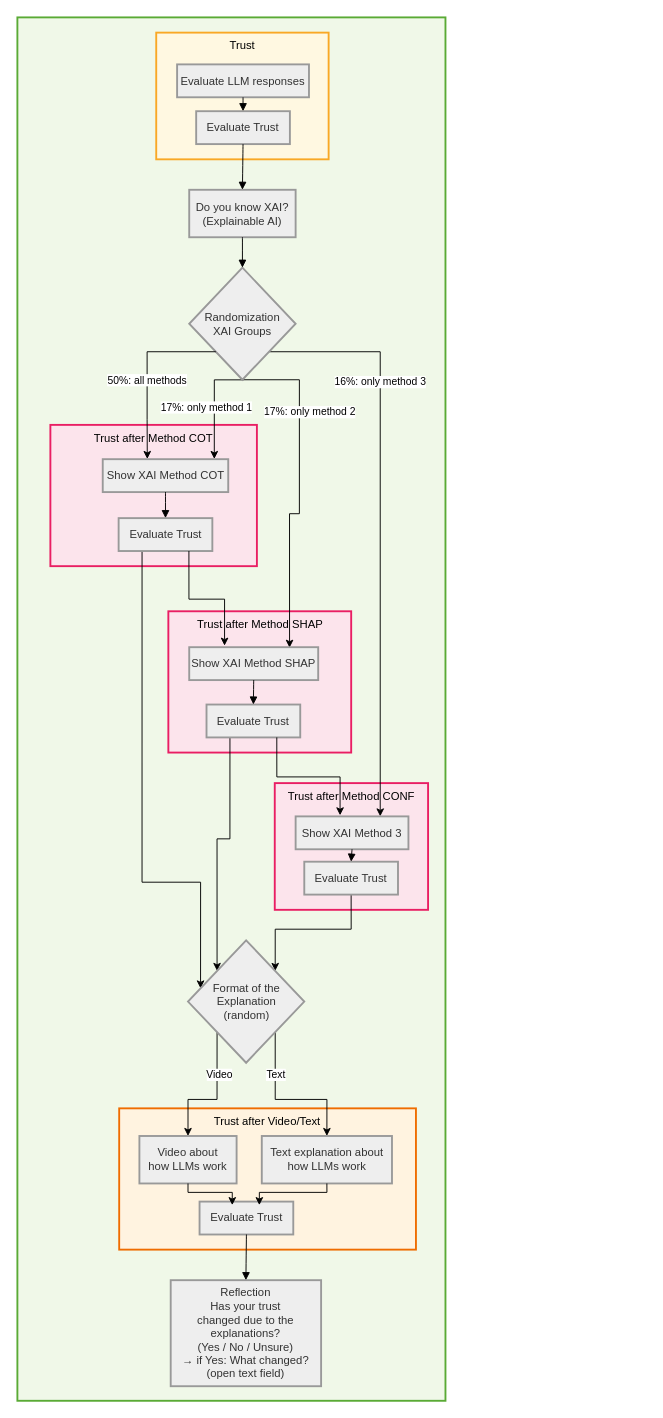
Above: diagrams/main_xai_research.drawio in rieselin/BA_XAI_for_LLMs (draw.io), before the change. Source tidied: cells renumbered, new cells numbered last; positions are measured from the earlier drawing's top-left corner, leaving out a move shared by most shapes. Both pictures are drawn from the tidied source at 94%, with x=0, y=0 at pixel (17, 17).
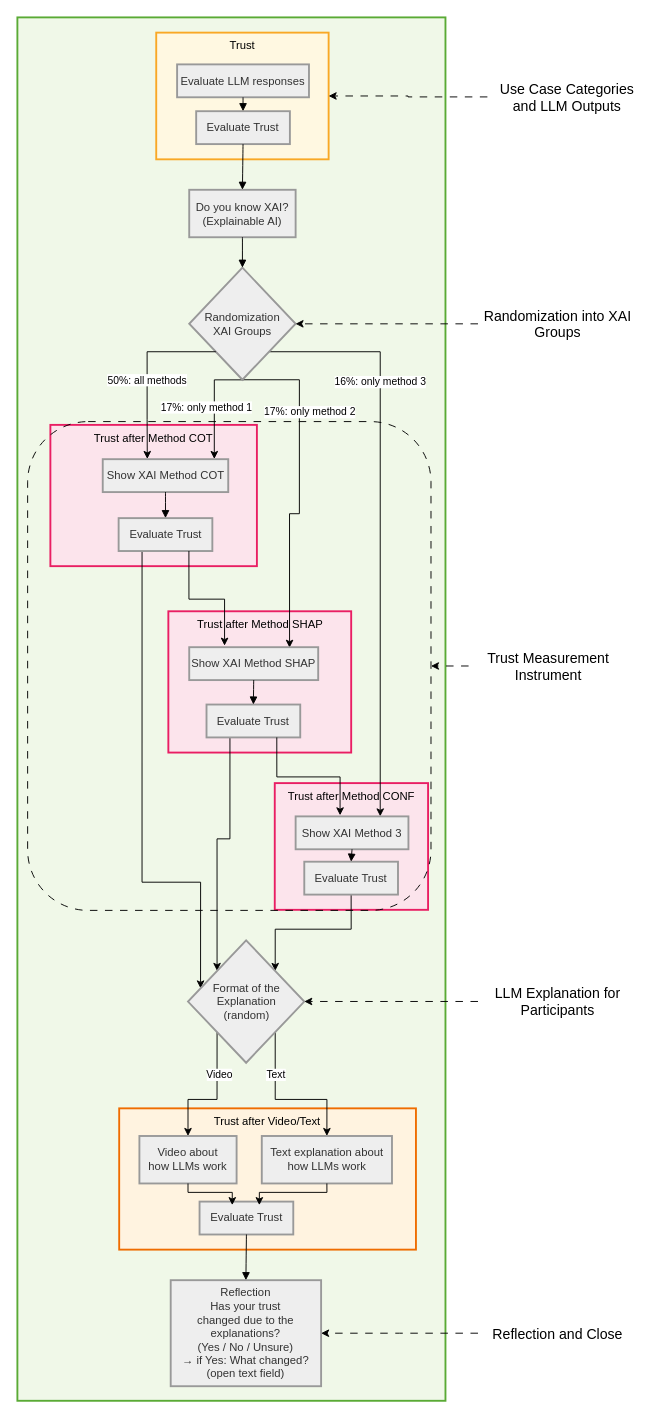
After the change.

Commit message:
add labels to mainxairesearch diagram

Unchanged cells that the change refers to:
```xml
<mxCell id="7" value="Trust" style="whiteSpace=wrap;strokeWidth=2;fillColor=#fff8e1;strokeColor=#f9a825;fontColor=#000;verticalAlign=top;" parent="1" vertex="1">
  <mxGeometry x="147.7" y="16.2" width="183.4" height="134.8" as="geometry" />
</mxCell>
<mxCell id="17" value="Randomization&#10;XAI Groups" style="rhombus;strokeWidth=2;whiteSpace=wrap;fillColor=light-dark(#eeeeee,#1f2020);strokeColor=light-dark(#999999,#cccccc);fontColor=light-dark(#333333,#cccccc);" parent="1" vertex="1">
  <mxGeometry x="182.8" y="266.3" width="113.2" height="119.2" as="geometry" />
</mxCell>
<mxCell id="31" value="Format of the&#10;Explanation&#10;(random)" style="rhombus;strokeWidth=2;whiteSpace=wrap;fillColor=light-dark(#eeeeee,#1f2020);strokeColor=light-dark(#999999,#cccccc);fontColor=light-dark(#333333,#cccccc);" parent="1" vertex="1">
  <mxGeometry x="181.5" y="981.8" width="123.7" height="130.3" as="geometry" />
</mxCell>
<mxCell id="35" value="Reflection&#10;Has your trust&#10;changed due to the explanations?&#10;(Yes / No / Unsure)&#10;→ if Yes: What changed?&#10;(open text field)" style="whiteSpace=wrap;strokeWidth=2;fillColor=light-dark(#eeeeee,#1f2020);strokeColor=light-dark(#999999,#cccccc);fontColor=light-dark(#333333,#cccccc);" parent="1" vertex="1">
  <mxGeometry x="163.1" y="1343.4" width="160" height="112.8" as="geometry" />
</mxCell>
```

Change to the diagram source:
```diff
@@
+    <mxCell id="49" style="edgeStyle=orthogonalEdgeStyle;rounded=0;jettySize=auto;html=1;exitX=0;exitY=0.5;exitDx=0;exitDy=0;entryX=1;entryY=0.5;entryDx=0;entryDy=0;dashed=1;dashPattern=8 8;" parent="1" edge="1" source="50" target="7">
+      <mxGeometry relative="1" as="geometry" />
+    </mxCell>
+    <mxCell id="50" value="&lt;font style=&quot;font-size: 15px;&quot;&gt;Use Case Categories and LLM Outputs&lt;/font&gt;" style="text;html=1;whiteSpace=wrap;strokeColor=none;fillColor=none;align=center;verticalAlign=middle;rounded=0;" parent="1" vertex="1">
+      <mxGeometry x="500" y="69.6" width="170" height="30" as="geometry" />
+    </mxCell>
+    <mxCell id="51" style="edgeStyle=orthogonalEdgeStyle;rounded=0;jettySize=auto;html=1;exitX=0;exitY=0.5;exitDx=0;exitDy=0;dashed=1;dashPattern=8 8;" parent="1" edge="1" source="52" target="17">
+      <mxGeometry relative="1" as="geometry">
+        <Array as="points">
+          <mxPoint x="480" y="326" />
+          <mxPoint x="480" y="326" />
+        </Array>
+      </mxGeometry>
+    </mxCell>
+    <mxCell id="52" value="&lt;font style=&quot;font-size: 15px;&quot;&gt;Randomization into XAI Groups&lt;/font&gt;" style="text;html=1;whiteSpace=wrap;strokeColor=none;fillColor=none;align=center;verticalAlign=middle;rounded=0;" parent="1" vertex="1">
+      <mxGeometry x="490" y="311" width="170" height="30" as="geometry" />
+    </mxCell>
+    <mxCell id="53" style="edgeStyle=orthogonalEdgeStyle;rounded=0;jettySize=auto;html=1;exitX=0;exitY=0.5;exitDx=0;exitDy=0;dashed=1;dashPattern=8 8;" parent="1" edge="1" source="54" target="31">
+      <mxGeometry relative="1" as="geometry">
+        <Array as="points">
+          <mxPoint x="480" y="1047" />
+          <mxPoint x="480" y="1047" />
+        </Array>
+      </mxGeometry>
+    </mxCell>
+    <mxCell id="54" value="&lt;font style=&quot;font-size: 15px;&quot;&gt;LLM Explanation for Participants&lt;/font&gt;" style="text;html=1;whiteSpace=wrap;strokeColor=none;fillColor=none;align=center;verticalAlign=middle;rounded=0;" parent="1" vertex="1">
+      <mxGeometry x="490" y="1031.9" width="170" height="30" as="geometry" />
+    </mxCell>
+    <mxCell id="55" style="edgeStyle=orthogonalEdgeStyle;rounded=0;jettySize=auto;html=1;exitX=0;exitY=0.5;exitDx=0;exitDy=0;dashed=1;dashPattern=8 8;" parent="1" edge="1" source="56" target="35">
+      <mxGeometry relative="1" as="geometry" />
+    </mxCell>
+    <mxCell id="56" value="&lt;font style=&quot;font-size: 15px;&quot;&gt;Reflection and Close&lt;/font&gt;" style="text;html=1;whiteSpace=wrap;strokeColor=none;fillColor=none;align=center;verticalAlign=middle;rounded=0;" parent="1" vertex="1">
+      <mxGeometry x="490" y="1384.8" width="170" height="30" as="geometry" />
+    </mxCell>
+    <mxCell id="57" style="rounded=1;whiteSpace=wrap;html=1;fillColor=none;dashed=1;dashPattern=8 8;" parent="1" vertex="1">
+      <mxGeometry x="10.9" y="430" width="429.1" height="520" as="geometry" />
+    </mxCell>
+    <mxCell id="58" style="edgeStyle=orthogonalEdgeStyle;rounded=0;jettySize=auto;html=1;exitX=0;exitY=0.5;exitDx=0;exitDy=0;entryX=1;entryY=0.5;entryDx=0;entryDy=0;dashed=1;dashPattern=8 8;" parent="1" edge="1" source="59" target="57">
+      <mxGeometry relative="1" as="geometry" />
+    </mxCell>
+    <mxCell id="59" value="&lt;span style=&quot;font-size: 15px;&quot;&gt;Trust Measurement Instrument&lt;/span&gt;" style="text;html=1;whiteSpace=wrap;strokeColor=none;fillColor=none;align=center;verticalAlign=middle;rounded=0;" parent="1" vertex="1">
+      <mxGeometry x="480" y="675" width="170" height="30" as="geometry" />
+    </mxCell>
```
